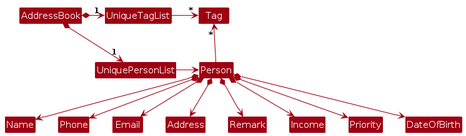
AY2425S1-CS2103T-F14b-1/tp keeps this PlantUML diagram as diagrams/BetterModelClassDiagram.png. Above is the earlier version. Its source is kept beside it as diagrams/BetterModelClassDiagram.puml.
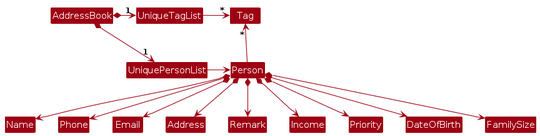
Above is the later version.

Diff of the diagram source:
```diff
@@ -22,4 +22,5 @@
 Person *--> Income
 Person *--> Priority
 Person *--> DateOfBirth
+Person *--> FamilySize
 @enduml
```
